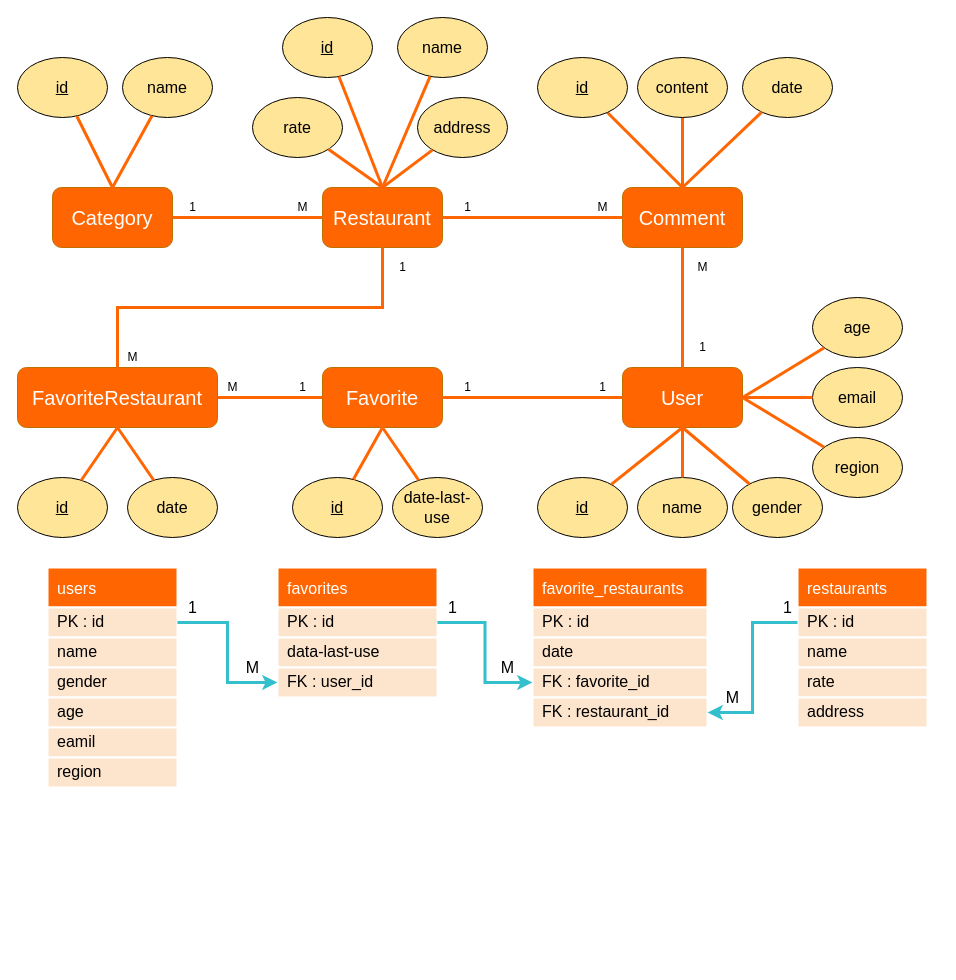
The draw.io diagram 餐廳論壇ERD+Schema.drawio.drawio in z88243310/bins, before the edit. Source tidied: cells renumbered, new cells numbered last; positions are measured from the earlier drawing's top-left corner, leaving out a move shared by most shapes. Both pictures are drawn from the tidied source at 100%, with x=0, y=0 at pixel (17, 17).
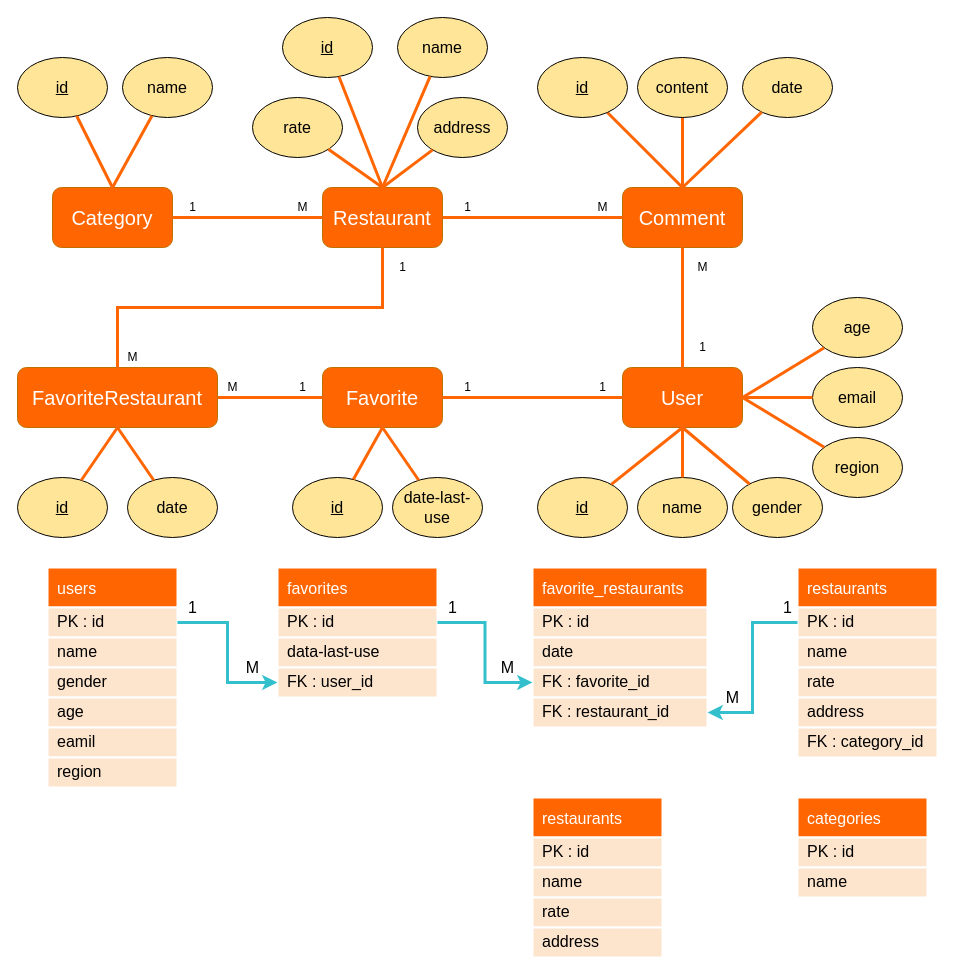
The same page after the edit.

Commit message (it also covers changes not shown here):
更新餐廳論壇ERD+Schema.drawio.drawio

Diff of the diagram source:
```diff
@@
     <mxCell id="23" value="restaurants" style="swimlane;fontStyle=0;horizontal=1;startSize=40;align=left;fontSize=16;fontColor=#FFFFFF;fillColor=#FF6602;spacing=0;strokeColor=#FFFFFF;strokeWidth=2;spacingLeft=10;" parent="1" vertex="1">
-      <mxGeometry x="780" y="550" width="130" height="160" as="geometry" />
+      <mxGeometry x="780" y="550" width="140" height="190" as="geometry" />
     </mxCell>
     <mxCell id="24" value="PK : id" style="text;strokeColor=#FFFFFF;fillColor=#FDE5CD;spacingLeft=10;spacingRight=0;overflow=hidden;points=[[0,0.5],[1,0.5]];portConstraint=eastwest;fontSize=16;strokeWidth=2;perimeterSpacing=0;sketch=0;shadow=0;rounded=0;glass=0;spacing=0;fontStyle=0;" parent="23" vertex="1">
-      <mxGeometry y="40" width="130" height="30" as="geometry" />
+      <mxGeometry y="40" width="140" height="30" as="geometry" />
     </mxCell>
     <mxCell id="25" value="name    " style="text;strokeColor=#FFFFFF;fillColor=#FDE5CD;spacingLeft=10;spacingRight=0;overflow=hidden;fontSize=16;strokeWidth=2;sketch=0;shadow=0;rounded=0;glass=0;spacing=0;" parent="23" vertex="1">
-      <mxGeometry y="70" width="130" height="30" as="geometry" />
+      <mxGeometry y="70" width="140" height="30" as="geometry" />
     </mxCell>
     <mxCell id="26" value="rate" style="text;strokeColor=#FFFFFF;fillColor=#FDE5CD;spacingLeft=10;spacingRight=0;overflow=hidden;fontSize=16;strokeWidth=2;sketch=0;shadow=0;rounded=0;glass=0;spacing=0;" parent="23" vertex="1">
-      <mxGeometry y="100" width="130" height="30" as="geometry" />
+      <mxGeometry y="100" width="140" height="30" as="geometry" />
     </mxCell>
     <mxCell id="27" value="address" style="text;strokeColor=#FFFFFF;fillColor=#FDE5CD;spacingLeft=10;spacingRight=0;overflow=hidden;fontSize=16;strokeWidth=2;sketch=0;shadow=0;rounded=0;glass=0;spacing=0;" parent="23" vertex="1">
-      <mxGeometry y="130" width="130" height="30" as="geometry" />
+      <mxGeometry y="130" width="140" height="30" as="geometry" />
     </mxCell>
+    <mxCell id="94" value="FK : category_id" style="text;strokeColor=#FFFFFF;fillColor=#FDE5CD;spacingLeft=10;spacingRight=0;overflow=hidden;fontSize=16;strokeWidth=2;sketch=0;shadow=0;rounded=0;glass=0;spacing=0;" parent="23" vertex="1">
+      <mxGeometry y="160" width="140" height="30" as="geometry" />
+    </mxCell>
@@
+    <mxCell id="95" value="restaurants" style="swimlane;fontStyle=0;horizontal=1;startSize=40;align=left;fontSize=16;fontColor=#FFFFFF;fillColor=#FF6602;spacing=0;strokeColor=#FFFFFF;strokeWidth=2;spacingLeft=10;" parent="1" vertex="1">
+      <mxGeometry x="515" y="780" width="130" height="160" as="geometry" />
+    </mxCell>
+    <mxCell id="96" value="PK : id" style="text;strokeColor=#FFFFFF;fillColor=#FDE5CD;spacingLeft=10;spacingRight=0;overflow=hidden;fontSize=16;strokeWidth=2;perimeterSpacing=0;sketch=0;shadow=0;rounded=0;glass=0;spacing=0;fontStyle=0;" parent="95" vertex="1">
+      <mxGeometry y="40" width="130" height="30" as="geometry" />
+    </mxCell>
+    <mxCell id="97" value="name    " style="text;strokeColor=#FFFFFF;fillColor=#FDE5CD;spacingLeft=10;spacingRight=0;overflow=hidden;fontSize=16;strokeWidth=2;sketch=0;shadow=0;rounded=0;glass=0;spacing=0;" parent="95" vertex="1">
+      <mxGeometry y="70" width="130" height="30" as="geometry" />
+    </mxCell>
+    <mxCell id="98" value="rate" style="text;strokeColor=#FFFFFF;fillColor=#FDE5CD;spacingLeft=10;spacingRight=0;overflow=hidden;fontSize=16;strokeWidth=2;sketch=0;shadow=0;rounded=0;glass=0;spacing=0;" parent="95" vertex="1">
+      <mxGeometry y="100" width="130" height="30" as="geometry" />
+    </mxCell>
+    <mxCell id="99" value="address" style="text;strokeColor=#FFFFFF;fillColor=#FDE5CD;spacingLeft=10;spacingRight=0;overflow=hidden;fontSize=16;strokeWidth=2;sketch=0;shadow=0;rounded=0;glass=0;spacing=0;" parent="95" vertex="1">
+      <mxGeometry y="130" width="130" height="30" as="geometry" />
+    </mxCell>
+    <mxCell id="100" value="categories" style="swimlane;fontStyle=0;horizontal=1;startSize=40;align=left;fontSize=16;fontColor=#FFFFFF;fillColor=#FF6602;spacing=0;strokeColor=#FFFFFF;strokeWidth=2;spacingLeft=10;" parent="1" vertex="1">
+      <mxGeometry x="780" y="780" width="130" height="100" as="geometry" />
+    </mxCell>
+    <mxCell id="101" value="PK : id" style="text;strokeColor=#FFFFFF;fillColor=#FDE5CD;spacingLeft=10;spacingRight=0;overflow=hidden;fontSize=16;strokeWidth=2;perimeterSpacing=0;sketch=0;shadow=0;rounded=0;glass=0;spacing=0;fontStyle=0;" parent="100" vertex="1">
+      <mxGeometry y="40" width="130" height="30" as="geometry" />
+    </mxCell>
+    <mxCell id="102" value="name    " style="text;strokeColor=#FFFFFF;fillColor=#FDE5CD;spacingLeft=10;spacingRight=0;overflow=hidden;fontSize=16;strokeWidth=2;sketch=0;shadow=0;rounded=0;glass=0;spacing=0;" parent="100" vertex="1">
+      <mxGeometry y="70" width="130" height="30" as="geometry" />
+    </mxCell>
```
